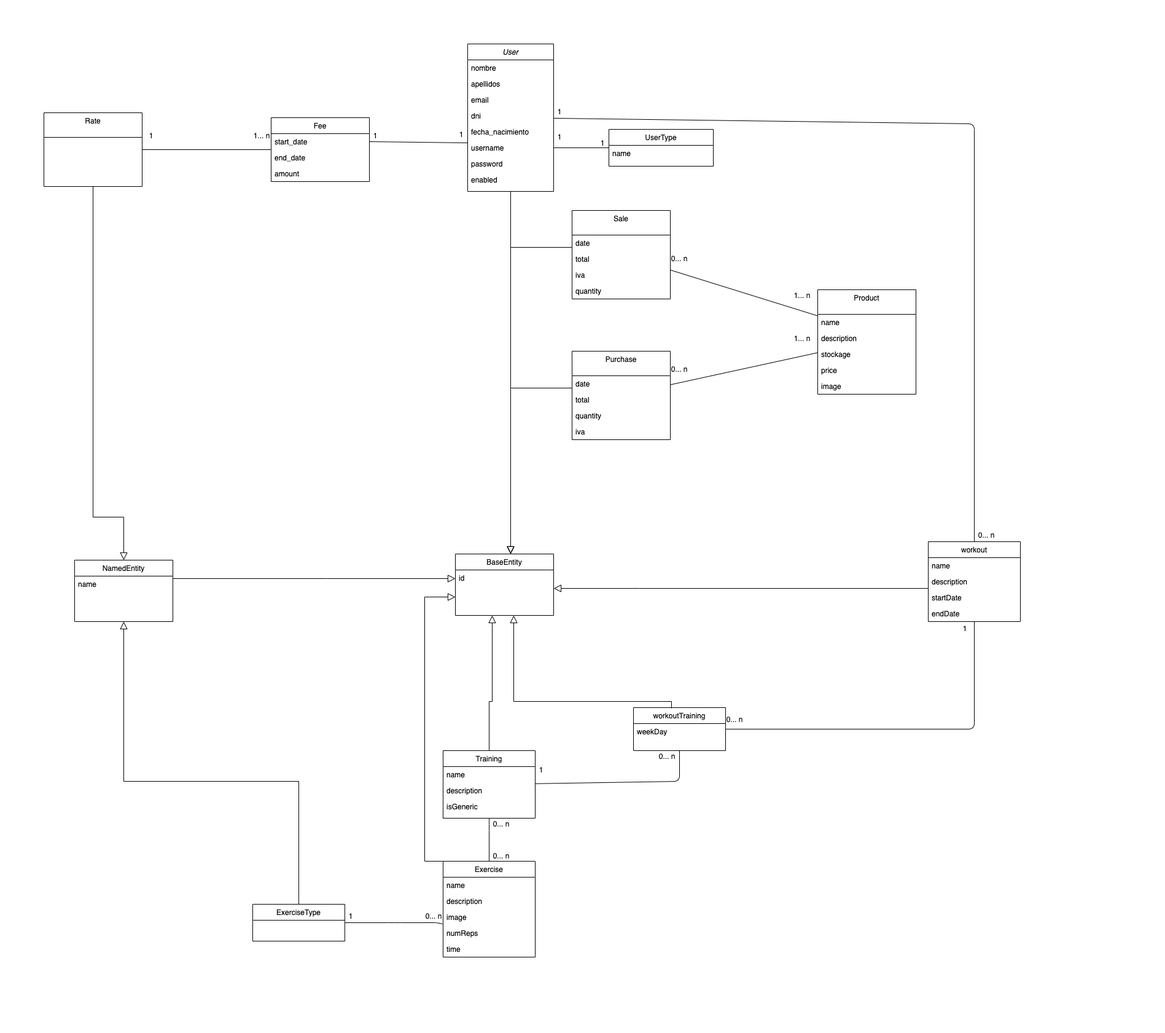
Earlier version of the draw.io export docs/Modelo de dominio.png (gii-is-DP1/MyGym). Source tidied: cells renumbered, new cells last; positions are measured from the earlier drawing's top-left corner, leaving out a move shared by most shapes.
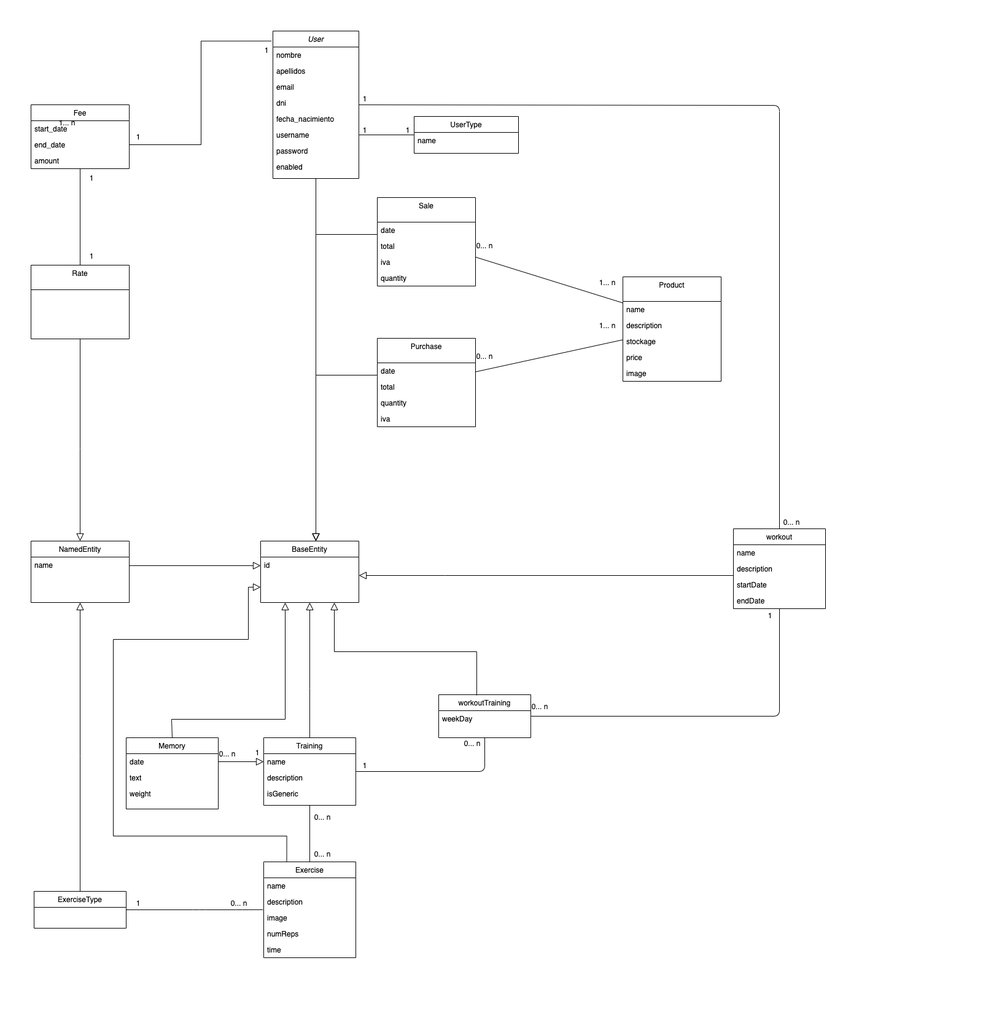
Later version of the same file.

Commit message:
Se actualiza la documentacion con el estado actual del proyecto

Diff of the diagram source:
```diff
@@ -3,7 +3,7 @@
     <mxCell id="0" />
     <mxCell id="1" parent="0" />
     <mxCell id="2" value="Fee" style="swimlane;fontStyle=0;align=center;verticalAlign=top;horizontal=1;startSize=26;rounded=0;shadow=0;strokeWidth=1;" parent="1" vertex="1">
-      <mxGeometry x="390" y="120" width="160" height="104" as="geometry" />
+      <mxGeometry x="316" y="120" width="160" height="104" as="geometry" />
     </mxCell>
     <mxCell id="3" value="start_date" style="text;strokeColor=none;fillColor=none;align=left;verticalAlign=top;spacingLeft=4;spacingRight=4;overflow=hidden;points=[[0,0.5],[1,0.5]];portConstraint=eastwest;" parent="2" vertex="1">
       <mxGeometry y="26" width="160" height="26" as="geometry" />
@@ -15,7 +15,7 @@
       <mxGeometry y="78" width="160" height="26" as="geometry" />
     </mxCell>
     <mxCell id="6" value="Rate" style="swimlane;fontStyle=0;align=center;verticalAlign=top;horizontal=1;startSize=40;rounded=0;shadow=0;strokeWidth=1;" parent="1" vertex="1">
-      <mxGeometry x="20" y="112" width="160" height="120" as="geometry" />
+      <mxGeometry x="316" y="381" width="160" height="120" as="geometry" />
     </mxCell>
     <mxCell id="7" value="User" style="swimlane;fontStyle=2;align=center;verticalAlign=top;horizontal=1;startSize=26;rounded=0;shadow=0;strokeWidth=1;" parent="1" vertex="1">
       <mxGeometry x="710" width="140" height="240" as="geometry" />
@@ -61,14 +61,8 @@
         </Array>
       </mxGeometry>
     </mxCell>
-    <mxCell id="19" style="endArrow=none;html=1;exitX=1;exitY=0.5;exitDx=0;exitDy=0;entryX=0.003;entryY=1.192;entryDx=0;entryDy=0;entryPerimeter=0;" parent="1" edge="1" source="3" target="12">
-      <mxGeometry relative="1" as="geometry" />
-    </mxCell>
-    <mxCell id="20" value="1" style="text;html=1;strokeColor=none;fillColor=none;align=center;verticalAlign=middle;whiteSpace=wrap;rounded=0;rotation=0;" parent="1" vertex="1">
-      <mxGeometry x="550" y="138" width="20" height="21" as="geometry" />
-    </mxCell>
     <mxCell id="21" value="1" style="text;html=1;strokeColor=none;fillColor=none;align=center;verticalAlign=middle;whiteSpace=wrap;rounded=0;rotation=0;" parent="1" vertex="1">
-      <mxGeometry x="690" y="136" width="20" height="21" as="geometry" />
+      <mxGeometry x="690" y="20" width="20" height="21" as="geometry" />
     </mxCell>
     <mxCell id="22" value="UserType" style="swimlane;fontStyle=0;align=center;verticalAlign=top;horizontal=1;startSize=26;rounded=0;shadow=0;strokeWidth=1;" parent="1" vertex="1">
       <mxGeometry x="940" y="139" width="170" height="60" as="geometry" />
@@ -89,7 +83,7 @@
       <mxGeometry relative="1" as="geometry" />
     </mxCell>
     <mxCell id="28" value="NamedEntity" style="swimlane;fontStyle=0;align=center;verticalAlign=top;horizontal=1;startSize=26;rounded=0;shadow=0;strokeWidth=1;" parent="1" vertex="1">
-      <mxGeometry x="70" y="840" width="160" height="100" as="geometry" />
+      <mxGeometry x="316" y="830" width="160" height="100" as="geometry" />
     </mxCell>
     <mxCell id="29" value="name" style="text;strokeColor=none;fillColor=none;align=left;verticalAlign=top;spacingLeft=4;spacingRight=4;overflow=hidden;" parent="28" vertex="1">
       <mxGeometry y="26" width="160" height="26" as="geometry" />
@@ -97,14 +91,14 @@
     <mxCell id="30" style="endArrow=block;endSize=10;endFill=0;shadow=0;strokeWidth=1;rounded=0;edgeStyle=elbowEdgeStyle;elbow=vertical;exitX=0.5;exitY=1;exitDx=0;exitDy=0;" parent="1" edge="1" source="6" target="28">
       <mxGeometry relative="1" as="geometry">
         <Array as="points">
-          <mxPoint x="150" y="770" />
+          <mxPoint x="396" y="680" />
           <mxPoint x="211" y="458.5" />
           <mxPoint x="192" y="428.5" />
         </Array>
       </mxGeometry>
     </mxCell>
     <mxCell id="31" value="1" style="text;html=1;strokeColor=none;fillColor=none;align=center;verticalAlign=middle;whiteSpace=wrap;rounded=0;rotation=0;" parent="1" vertex="1">
-      <mxGeometry x="180" y="140" width="30" height="17" as="geometry" />
+      <mxGeometry x="476" y="163.5" width="30" height="17" as="geometry" />
     </mxCell>
     <mxCell id="32" value="1... n" style="text;html=1;strokeColor=none;fillColor=none;align=center;verticalAlign=middle;whiteSpace=wrap;rounded=0;rotation=0;" parent="1" vertex="1">
       <mxGeometry x="360" y="140" width="30" height="17" as="geometry" />
@@ -127,7 +121,7 @@
     <mxCell id="38" style="endArrow=none;html=1;" parent="1" edge="1" source="7" target="33">
       <mxGeometry relative="1" as="geometry">
         <Array as="points">
-          <mxPoint x="1535" y="130" />
+          <mxPoint x="1535" y="121" />
         </Array>
       </mxGeometry>
     </mxCell>
@@ -135,7 +129,7 @@
       <mxGeometry x="1540" y="790.5" width="30" height="17" as="geometry" />
     </mxCell>
     <mxCell id="40" value="1" style="text;html=1;strokeColor=none;fillColor=none;align=center;verticalAlign=middle;whiteSpace=wrap;rounded=0;rotation=0;" parent="1" vertex="1">
-      <mxGeometry x="850" y="140" width="20" height="21" as="geometry" />
+      <mxGeometry x="850" y="150" width="20" height="21" as="geometry" />
     </mxCell>
     <mxCell id="41" style="endArrow=block;endSize=10;endFill=0;shadow=0;strokeWidth=1;rounded=0;edgeStyle=elbowEdgeStyle;elbow=vertical;" parent="1" edge="1" source="33" target="16">
       <mxGeometry relative="1" as="geometry">
@@ -152,10 +146,10 @@
     <mxCell id="43" value="weekDay" style="text;strokeColor=none;fillColor=none;align=left;verticalAlign=top;spacingLeft=4;spacingRight=4;overflow=hidden;" parent="42" vertex="1">
       <mxGeometry y="26" width="150" height="26" as="geometry" />
     </mxCell>
-    <mxCell id="44" style="endArrow=block;endSize=10;endFill=0;shadow=0;strokeWidth=1;rounded=0;edgeStyle=elbowEdgeStyle;elbow=vertical;exitX=0.413;exitY=0.014;exitDx=0;exitDy=0;exitPerimeter=0;" parent="1" edge="1" source="42" target="16">
+    <mxCell id="44" style="endArrow=block;endSize=10;endFill=0;shadow=0;strokeWidth=1;rounded=0;edgeStyle=elbowEdgeStyle;elbow=vertical;exitX=0.413;exitY=0.014;exitDx=0;exitDy=0;exitPerimeter=0;entryX=0.75;entryY=1;entryDx=0;entryDy=0;" parent="1" edge="1" source="42" target="16">
       <mxGeometry relative="1" as="geometry">
         <Array as="points">
-          <mxPoint x="785" y="1070" />
+          <mxPoint x="916" y="1010" />
           <mxPoint x="1013" y="680" />
           <mxPoint x="994" y="650" />
         </Array>
@@ -175,7 +169,7 @@
       <mxGeometry x="1130" y="1090" width="30" height="17" as="geometry" />
     </mxCell>
     <mxCell id="48" value="Training" style="swimlane;fontStyle=0;align=center;verticalAlign=top;horizontal=1;startSize=26;rounded=0;shadow=0;strokeWidth=1;" parent="1" vertex="1">
-      <mxGeometry x="670" y="1150" width="150" height="110" as="geometry" />
+      <mxGeometry x="695" y="1150" width="150" height="110" as="geometry" />
     </mxCell>
     <mxCell id="49" value="name" style="text;strokeColor=none;fillColor=none;align=left;verticalAlign=top;spacingLeft=4;spacingRight=4;overflow=hidden;points=[[0,0.5],[1,0.5]];portConstraint=eastwest;" parent="48" vertex="1">
       <mxGeometry y="26" width="150" height="26" as="geometry" />
@@ -186,9 +180,8 @@
     <mxCell id="51" value="isGeneric" style="text;strokeColor=none;fillColor=none;align=left;verticalAlign=top;spacingLeft=4;spacingRight=4;overflow=hidden;" parent="48" vertex="1">
       <mxGeometry y="78" width="150" height="26" as="geometry" />
     </mxCell>
-    <mxCell id="52" style="endArrow=block;endSize=10;endFill=0;shadow=0;strokeWidth=1;rounded=0;edgeStyle=elbowEdgeStyle;elbow=vertical;exitX=0.5;exitY=0;exitDx=0;exitDy=0;" parent="1" edge="1" source="48">
+    <mxCell id="52" style="endArrow=block;endSize=10;endFill=0;shadow=0;strokeWidth=1;rounded=0;edgeStyle=elbowEdgeStyle;elbow=vertical;exitX=0.5;exitY=0;exitDx=0;exitDy=0;entryX=0.5;entryY=1;entryDx=0;entryDy=0;" parent="1" edge="1" source="48" target="16">
       <mxGeometry relative="1" as="geometry">
-        <mxPoint x="750" y="930" as="targetPoint" />
         <Array as="points">
           <mxPoint x="759" y="1070" />
           <mxPoint x="718" y="689" />
@@ -199,7 +192,7 @@
     <mxCell id="53" style="endArrow=none;html=1;entryX=0.5;entryY=1;entryDx=0;entryDy=0;" parent="1" edge="1" source="48" target="42">
       <mxGeometry relative="1" as="geometry">
         <Array as="points">
-          <mxPoint x="1055" y="1200" />
+          <mxPoint x="1055" y="1205" />
         </Array>
       </mxGeometry>
     </mxCell>
@@ -207,10 +200,21 @@
       <mxGeometry x="1020" y="1150" width="30" height="17" as="geometry" />
     </mxCell>
     <mxCell id="55" value="1" style="text;html=1;strokeColor=none;fillColor=none;align=center;verticalAlign=middle;whiteSpace=wrap;rounded=0;rotation=0;" parent="1" vertex="1">
-      <mxGeometry x="820" y="1170" width="20" height="21" as="geometry" />
+      <mxGeometry x="850" y="1184" width="20" height="21" as="geometry" />
     </mxCell>
+    <mxCell id="62" style="edgeStyle=orthogonalEdgeStyle;rounded=0;jettySize=auto;html=1;exitX=0.25;exitY=0;exitDx=0;exitDy=0;entryX=0;entryY=0.75;entryDx=0;entryDy=0;endArrow=block;endFill=0;strokeWidth=1;endSize=10;" parent="1" edge="1" source="56" target="16">
+      <mxGeometry relative="1" as="geometry">
+        <Array as="points">
+          <mxPoint x="733" y="1310" />
+          <mxPoint x="450" y="1310" />
+          <mxPoint x="450" y="990" />
+          <mxPoint x="670" y="990" />
+          <mxPoint x="670" y="905" />
+        </Array>
+      </mxGeometry>
+    </mxCell>
     <mxCell id="56" value="Exercise" style="swimlane;fontStyle=0;align=center;verticalAlign=top;horizontal=1;startSize=26;rounded=0;shadow=0;strokeWidth=1;" parent="1" vertex="1">
-      <mxGeometry x="670" y="1330" width="150" height="156" as="geometry" />
+      <mxGeometry x="695" y="1352" width="150" height="156" as="geometry" />
     </mxCell>
     <mxCell id="57" value="name" style="text;strokeColor=none;fillColor=none;align=left;verticalAlign=top;spacingLeft=4;spacingRight=4;overflow=hidden;" parent="56" vertex="1">
       <mxGeometry y="26" width="150" height="26" as="geometry" />
@@ -227,42 +231,28 @@
     <mxCell id="61" value="time" style="text;strokeColor=none;fillColor=none;align=left;verticalAlign=top;spacingLeft=4;spacingRight=4;overflow=hidden;" parent="56" vertex="1">
       <mxGeometry y="130" width="150" height="26" as="geometry" />
     </mxCell>
-    <mxCell id="62" style="endArrow=block;endSize=10;endFill=0;shadow=0;strokeWidth=1;rounded=0;edgeStyle=elbowEdgeStyle;elbow=vertical;exitX=0.46;exitY=0;exitDx=0;exitDy=0;exitPerimeter=0;" parent="1" edge="1" source="56" target="16">
-      <mxGeometry relative="1" as="geometry">
-        <Array as="points">
-          <mxPoint x="640" y="900" />
-          <mxPoint x="604" y="1188.5" />
-          <mxPoint x="563" y="807.5" />
-          <mxPoint x="544" y="777.5" />
-        </Array>
-      </mxGeometry>
-    </mxCell>
     <mxCell id="63" style="endArrow=none;html=1;entryX=0.5;entryY=1;entryDx=0;entryDy=0;exitX=0.5;exitY=0;exitDx=0;exitDy=0;" parent="1" edge="1" source="56" target="48">
-      <mxGeometry relative="1" as="geometry">
-        <Array as="points">
-          <mxPoint x="745" y="1270" />
-        </Array>
-      </mxGeometry>
+      <mxGeometry relative="1" as="geometry" />
     </mxCell>
     <mxCell id="64" value="0... n" style="text;html=1;strokeColor=none;fillColor=none;align=center;verticalAlign=middle;whiteSpace=wrap;rounded=0;rotation=0;" parent="1" vertex="1">
-      <mxGeometry x="750" y="1260" width="30" height="17" as="geometry" />
+      <mxGeometry x="776" y="1270" width="30" height="17" as="geometry" />
     </mxCell>
     <mxCell id="65" value="0... n" style="text;html=1;strokeColor=none;fillColor=none;align=center;verticalAlign=middle;whiteSpace=wrap;rounded=0;rotation=0;" parent="1" vertex="1">
-      <mxGeometry x="750" y="1313" width="30" height="17" as="geometry" />
+      <mxGeometry x="776" y="1330" width="30" height="17" as="geometry" />
     </mxCell>
     <mxCell id="66" value="ExerciseType" style="swimlane;fontStyle=0;align=center;verticalAlign=top;horizontal=1;startSize=26;rounded=0;shadow=0;strokeWidth=1;" parent="1" vertex="1">
-      <mxGeometry x="360" y="1400" width="150" height="60" as="geometry" />
+      <mxGeometry x="321" y="1400" width="150" height="60" as="geometry" />
     </mxCell>
-    <mxCell id="67" style="endArrow=block;endSize=10;endFill=0;shadow=0;strokeWidth=1;rounded=0;edgeStyle=elbowEdgeStyle;elbow=vertical;entryX=0.5;entryY=1;entryDx=0;entryDy=0;" parent="1" edge="1" source="66" target="28">
+    <mxCell id="67" style="endArrow=block;endSize=10;endFill=0;shadow=0;strokeWidth=1;rounded=0;edgeStyle=elbowEdgeStyle;elbow=vertical;entryX=0.5;entryY=1;entryDx=0;entryDy=0;exitX=0.5;exitY=0;exitDx=0;exitDy=0;" parent="1" edge="1" source="66" target="28">
       <mxGeometry relative="1" as="geometry">
         <Array as="points">
-          <mxPoint x="120" y="1200" />
+          <mxPoint x="406" y="1180" />
           <mxPoint x="18.5" y="973.5" />
           <mxPoint x="-0.5" y="943.5" />
         </Array>
       </mxGeometry>
     </mxCell>
-    <mxCell id="68" style="endArrow=none;html=1;entryX=1;entryY=0.5;entryDx=0;entryDy=0;exitX=-0.007;exitY=-0.077;exitDx=0;exitDy=0;exitPerimeter=0;" parent="1" edge="1" source="60" target="66">
+    <mxCell id="68" style="endArrow=none;html=1;entryX=1;entryY=0.5;entryDx=0;entryDy=0;exitX=-0.009;exitY=0.994;exitDx=0;exitDy=0;exitPerimeter=0;" parent="1" edge="1" source="58" target="66">
       <mxGeometry relative="1" as="geometry">
         <Array as="points">
           <mxPoint x="660" y="1430" />
@@ -274,7 +264,7 @@
       <mxGeometry x="640" y="1410" width="30" height="17" as="geometry" />
     </mxCell>
     <mxCell id="70" value="1" style="text;html=1;strokeColor=none;fillColor=none;align=center;verticalAlign=middle;whiteSpace=wrap;rounded=0;rotation=0;" parent="1" vertex="1">
-      <mxGeometry x="510" y="1408" width="20" height="21" as="geometry" />
+      <mxGeometry x="481" y="1408" width="20" height="21" as="geometry" />
     </mxCell>
     <mxCell id="71" style="endArrow=block;endSize=10;endFill=0;shadow=0;strokeWidth=1;rounded=0;edgeStyle=elbowEdgeStyle;elbow=vertical;" parent="1" edge="1" source="28" target="16">
       <mxGeometry relative="1" as="geometry">
@@ -385,5 +375,43 @@
     <mxCell id="97" value="&lt;h1&gt;&lt;br&gt;&lt;/h1&gt;" style="text;html=1;strokeColor=none;fillColor=none;spacing=5;spacingTop=-20;whiteSpace=wrap;overflow=hidden;rounded=0;" parent="1" vertex="1">
       <mxGeometry x="660" y="1510" width="190" height="120" as="geometry" />
     </mxCell>
+    <mxCell id="98" value="1" style="text;html=1;strokeColor=none;fillColor=none;align=center;verticalAlign=middle;whiteSpace=wrap;rounded=0;rotation=0;" parent="1" vertex="1">
+      <mxGeometry x="400" y="357" width="30" height="17" as="geometry" />
+    </mxCell>
+    <mxCell id="99" value="1" style="text;html=1;strokeColor=none;fillColor=none;align=center;verticalAlign=middle;whiteSpace=wrap;rounded=0;rotation=0;" parent="1" vertex="1">
+      <mxGeometry x="400" y="230" width="30" height="17" as="geometry" />
+    </mxCell>
+    <mxCell id="100" style="edgeStyle=orthogonalEdgeStyle;rounded=0;jettySize=auto;html=1;endArrow=none;endFill=0;endSize=10;strokeWidth=1;entryX=-0.017;entryY=0.068;entryDx=0;entryDy=0;entryPerimeter=0;" parent="1" edge="1" source="4" target="7">
+      <mxGeometry relative="1" as="geometry" />
+    </mxCell>
+    <mxCell id="101" style="edgeStyle=orthogonalEdgeStyle;rounded=0;jettySize=auto;html=1;exitX=0.5;exitY=0;exitDx=0;exitDy=0;endArrow=block;endFill=0;endSize=10;strokeWidth=1;entryX=0.25;entryY=1;entryDx=0;entryDy=0;" parent="1" edge="1" source="102" target="16">
+      <mxGeometry relative="1" as="geometry">
+        <Array as="points">
+          <mxPoint x="545" y="1120" />
+          <mxPoint x="730" y="1120" />
+        </Array>
+      </mxGeometry>
+    </mxCell>
+    <mxCell id="102" value="Memory" style="swimlane;fontStyle=0;align=center;verticalAlign=top;horizontal=1;startSize=26;rounded=0;shadow=0;strokeWidth=1;" parent="1" vertex="1">
+      <mxGeometry x="471" y="1150" width="150" height="116" as="geometry" />
+    </mxCell>
+    <mxCell id="103" value="date" style="text;strokeColor=none;fillColor=none;align=left;verticalAlign=top;spacingLeft=4;spacingRight=4;overflow=hidden;points=[[0,0.5],[1,0.5]];portConstraint=eastwest;" parent="102" vertex="1">
+      <mxGeometry y="26" width="150" height="26" as="geometry" />
+    </mxCell>
+    <mxCell id="104" value="text" style="text;strokeColor=none;fillColor=none;align=left;verticalAlign=top;spacingLeft=4;spacingRight=4;overflow=hidden;" parent="102" vertex="1">
+      <mxGeometry y="52" width="150" height="26" as="geometry" />
+    </mxCell>
+    <mxCell id="105" value="weight" style="text;strokeColor=none;fillColor=none;align=left;verticalAlign=top;spacingLeft=4;spacingRight=4;overflow=hidden;" parent="102" vertex="1">
+      <mxGeometry y="78" width="150" height="26" as="geometry" />
+    </mxCell>
+    <mxCell id="106" style="edgeStyle=orthogonalEdgeStyle;rounded=0;jettySize=auto;html=1;exitX=1;exitY=0.5;exitDx=0;exitDy=0;entryX=0;entryY=0.5;entryDx=0;entryDy=0;endArrow=block;endFill=0;endSize=10;strokeWidth=1;" parent="1" edge="1" source="103" target="49">
+      <mxGeometry relative="1" as="geometry" />
+    </mxCell>
+    <mxCell id="107" value="0... n" style="text;html=1;strokeColor=none;fillColor=none;align=center;verticalAlign=middle;whiteSpace=wrap;rounded=0;rotation=0;" parent="1" vertex="1">
+      <mxGeometry x="621" y="1167" width="30" height="17" as="geometry" />
+    </mxCell>
+    <mxCell id="108" value="1" style="text;html=1;strokeColor=none;fillColor=none;align=center;verticalAlign=middle;whiteSpace=wrap;rounded=0;rotation=0;" parent="1" vertex="1">
+      <mxGeometry x="675" y="1163" width="20" height="21" as="geometry" />
+    </mxCell>
   </root>
 </mxGraphModel>
```
